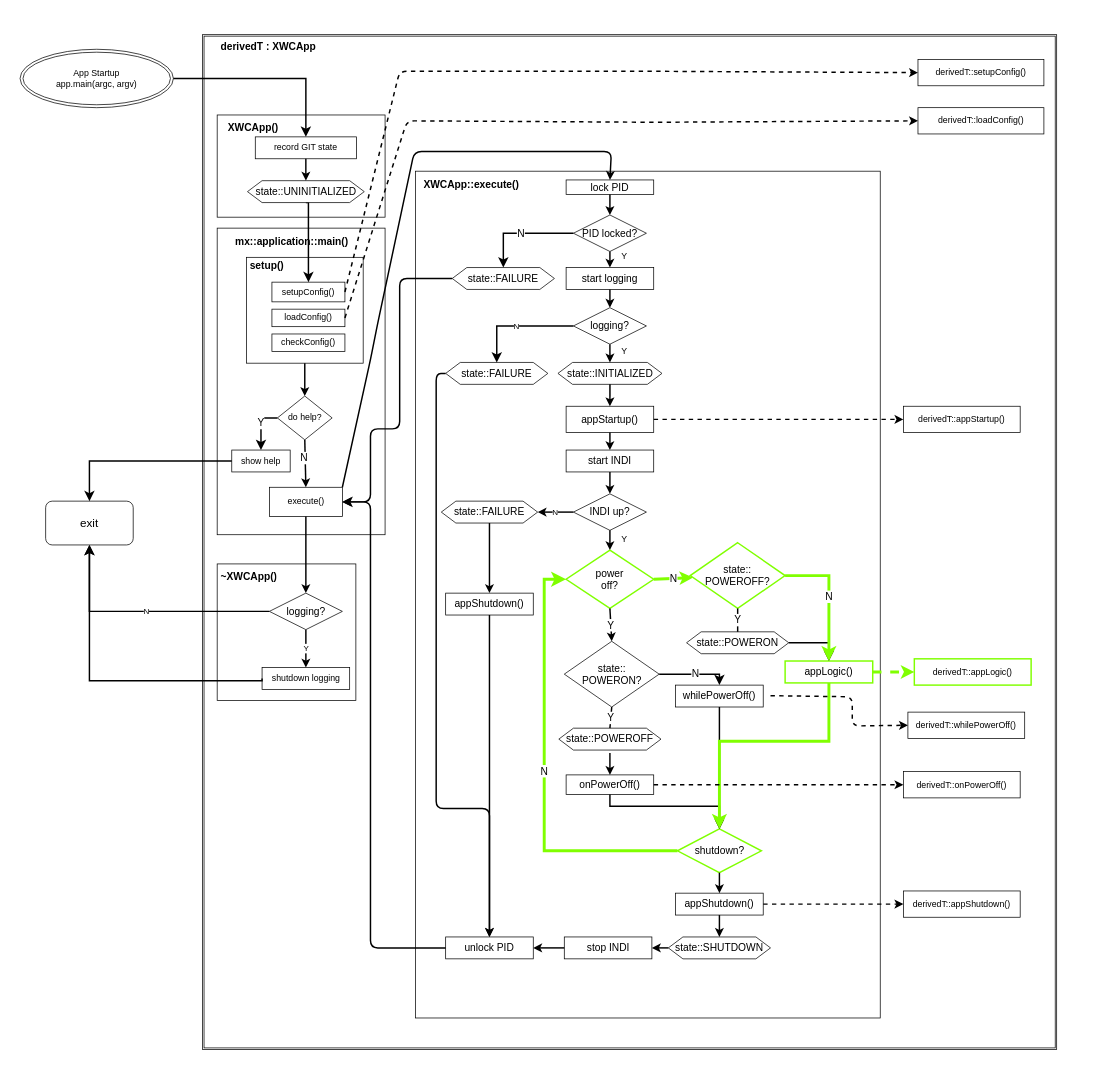
The draw.io diagram libMagAOX/doc/diag/xwcapp_fsm.drawio in uasal/MagAOX-scoob, before the edit. Source tidied: cells renumbered, new cells numbered last; positions are measured from the earlier drawing's top-left corner, leaving out a move shared by most shapes. Both pictures are drawn from the tidied source at 73%, with x=0, y=0 at pixel (12, 12).
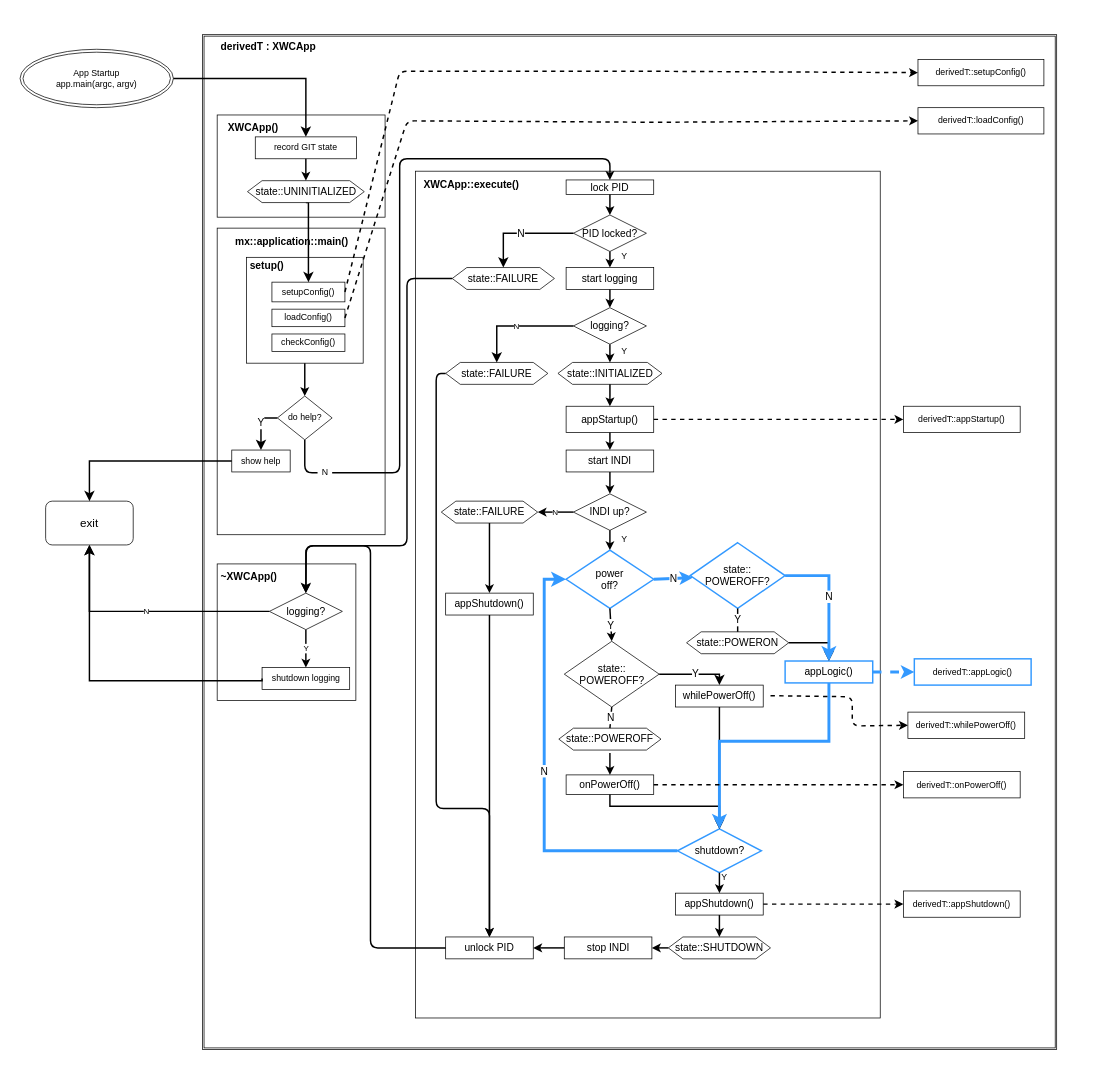
Above is the later version.

The change refers to these unchanged cells:
```xml
<mxCell id="10" value="do help?" style="rhombus;whiteSpace=wrap;html=1;" parent="1" vertex="1">
  <mxGeometry x="362.5" y="525" width="75" height="60" as="geometry" />
</mxCell>
<mxCell id="28" value="lock PID" style="rounded=0;whiteSpace=wrap;html=1;fontSize=14;" parent="1" vertex="1">
  <mxGeometry x="758" y="229" width="120" height="20" as="geometry" />
</mxCell>
<mxCell id="37" value="whilePowerOff()" style="rounded=0;whiteSpace=wrap;html=1;fontSize=14;" parent="1" vertex="1">
  <mxGeometry x="908" y="921" width="120" height="30" as="geometry" />
</mxCell>
<mxCell id="41" value="state::POWEROFF" style="shape=hexagon;perimeter=hexagonPerimeter2;whiteSpace=wrap;html=1;fixedSize=1;fontSize=14;" parent="1" vertex="1">
  <mxGeometry x="748" y="980" width="140" height="30" as="geometry" />
</mxCell>
<mxCell id="60" value="state::FAILURE" style="shape=hexagon;perimeter=hexagonPerimeter2;whiteSpace=wrap;html=1;fixedSize=1;fontSize=14;" parent="1" vertex="1">
  <mxGeometry x="602" y="349" width="140" height="30" as="geometry" />
</mxCell>
<mxCell id="64" value="unlock PID" style="rounded=0;whiteSpace=wrap;html=1;fontSize=14;" parent="1" vertex="1">
  <mxGeometry x="593" y="1266" width="120" height="30" as="geometry" />
</mxCell>
<mxCell id="74" value="logging?" style="rhombus;whiteSpace=wrap;html=1;fontSize=14;" parent="1" vertex="1">
  <mxGeometry x="351.5" y="795" width="100" height="50" as="geometry" />
</mxCell>
```

Change to the diagram source:
```diff
@@
-    <mxCell id="12" value="execute()" style="rounded=0;whiteSpace=wrap;html=1;" parent="1" vertex="1">
-      <mxGeometry x="351.5" y="650" width="100" height="40" as="geometry" />
-    </mxCell>
@@
-    <mxCell id="23" style="endArrow=classic;html=1;strokeWidth=2;fontSize=16;exitX=0.5;exitY=1;exitDx=0;exitDy=0;entryX=0.5;entryY=0;entryDx=0;entryDy=0;" parent="1" edge="1" source="10" target="12">
-      <mxGeometry relative="1" as="geometry" />
-    </mxCell>
-    <mxCell id="24" value="N" style="edgeLabel;html=1;align=center;verticalAlign=middle;fontSize=14;" parent="23" vertex="1">
-      <mxGeometry x="-0.26" y="-2" relative="1" as="geometry" />
-    </mxCell>
@@
-    <mxCell id="33" value="shutdown?" style="rhombus;whiteSpace=wrap;html=1;fontSize=14;strokeColor=#80FF00;strokeWidth=2;" parent="1" vertex="1">
+    <mxCell id="33" value="shutdown?" style="rhombus;whiteSpace=wrap;html=1;fontSize=14;strokeColor=#3399FF;strokeWidth=2;" parent="1" vertex="1">
       <mxGeometry x="910.5" y="1118" width="115" height="60" as="geometry" />
     </mxCell>
-    <mxCell id="34" value="power&lt;br&gt;off?" style="rhombus;whiteSpace=wrap;html=1;fontSize=14;strokeColor=#80FF00;strokeWidth=2;" parent="1" vertex="1">
+    <mxCell id="34" value="power&lt;br&gt;off?" style="rhombus;whiteSpace=wrap;html=1;fontSize=14;strokeColor=light-dark(#3399FF,#3399FF);strokeWidth=2;" parent="1" vertex="1">
       <mxGeometry x="758" y="736" width="120" height="80" as="geometry" />
     </mxCell>
-    <mxCell id="35" value="state::&lt;br&gt;POWERON?" style="rhombus;whiteSpace=wrap;html=1;fontSize=14;" parent="1" vertex="1">
+    <mxCell id="35" value="state::&lt;br&gt;POWEROFF?" style="rhombus;whiteSpace=wrap;html=1;fontSize=14;" parent="1" vertex="1">
       <mxGeometry x="755.5" y="861" width="130" height="90" as="geometry" />
     </mxCell>
@@
-    <mxCell id="38" value="appLogic()" style="rounded=0;whiteSpace=wrap;html=1;fontSize=14;strokeColor=#80FF00;strokeWidth=2;" parent="1" vertex="1">
+    <mxCell id="38" value="appLogic()" style="rounded=0;whiteSpace=wrap;html=1;fontSize=14;strokeColor=#3399FF;strokeWidth=2;" parent="1" vertex="1">
       <mxGeometry x="1058" y="888" width="120" height="30" as="geometry" />
     </mxCell>
@@
-    <mxCell id="43" value="Y" style="endArrow=none;html=1;strokeWidth=2;fontSize=14;exitX=0.5;exitY=1;exitDx=0;exitDy=0;entryX=0.5;entryY=0;entryDx=0;entryDy=0;" parent="1" edge="1" source="35" target="41">
+    <mxCell id="43" value="N" style="endArrow=none;html=1;strokeWidth=2;fontSize=14;exitX=0.5;exitY=1;exitDx=0;exitDy=0;entryX=0.5;entryY=0;entryDx=0;entryDy=0;" parent="1" edge="1" source="35" target="41">
       <mxGeometry relative="1" as="geometry" />
     </mxCell>
@@
-    <mxCell id="45" value="N" style="edgeStyle=segmentEdgeStyle;endArrow=classic;html=1;curved=0;rounded=0;endSize=8;startSize=8;strokeWidth=2;fontSize=14;exitX=1;exitY=0.5;exitDx=0;exitDy=0;entryX=0.5;entryY=0;entryDx=0;entryDy=0;" parent="1" edge="1" source="35" target="37">
+    <mxCell id="45" value="Y" style="edgeStyle=segmentEdgeStyle;endArrow=classic;html=1;curved=0;rounded=0;endSize=8;startSize=8;strokeWidth=2;fontSize=14;exitX=1;exitY=0.5;exitDx=0;exitDy=0;entryX=0.5;entryY=0;entryDx=0;entryDy=0;" parent="1" edge="1" source="35" target="37">
       <mxGeometry relative="1" as="geometry" />
     </mxCell>
@@
-    <mxCell id="48" value="state::&lt;br&gt;POWEROFF?" style="rhombus;whiteSpace=wrap;html=1;fontSize=14;strokeColor=#80FF00;strokeWidth=2;" parent="1" vertex="1">
+    <mxCell id="48" value="state::&lt;br&gt;POWEROFF?" style="rhombus;whiteSpace=wrap;html=1;fontSize=14;strokeColor=#3399FF;strokeWidth=2;" parent="1" vertex="1">
       <mxGeometry x="928" y="726" width="130" height="90" as="geometry" />
     </mxCell>
@@
-    <mxCell id="50" value="N" style="endArrow=classic;html=1;strokeWidth=4;fontSize=14;exitX=1;exitY=0.5;exitDx=0;exitDy=0;fillColor=#60a917;strokeColor=#80FF00;" parent="1" edge="1" source="34" target="48">
+    <mxCell id="50" value="N" style="endArrow=classic;html=1;strokeWidth=4;fontSize=14;exitX=1;exitY=0.5;exitDx=0;exitDy=0;fillColor=#60a917;strokeColor=#3399FF;" parent="1" edge="1" source="34" target="48">
       <mxGeometry relative="1" as="geometry" />
     </mxCell>
@@
-    <mxCell id="53" value="N" style="edgeStyle=segmentEdgeStyle;endArrow=classic;html=1;curved=0;rounded=0;endSize=8;startSize=8;strokeWidth=4;fontSize=14;exitX=1;exitY=0.5;exitDx=0;exitDy=0;entryX=0.5;entryY=0;entryDx=0;entryDy=0;fillColor=#60a917;strokeColor=#80FF00;" parent="1" edge="1" source="48" target="38">
+    <mxCell id="53" value="N" style="edgeStyle=segmentEdgeStyle;endArrow=classic;html=1;curved=0;rounded=0;endSize=8;startSize=8;strokeWidth=4;fontSize=14;exitX=1;exitY=0.5;exitDx=0;exitDy=0;entryX=0.5;entryY=0;entryDx=0;entryDy=0;fillColor=#60a917;strokeColor=#3399FF;" parent="1" edge="1" source="48" target="38">
       <mxGeometry relative="1" as="geometry" />
     </mxCell>
-    <mxCell id="54" style="edgeStyle=segmentEdgeStyle;endArrow=classic;html=1;curved=0;rounded=0;endSize=8;startSize=8;strokeWidth=4;fontSize=14;exitX=0.5;exitY=1;exitDx=0;exitDy=0;entryX=0.5;entryY=0;entryDx=0;entryDy=0;fillColor=#60a917;strokeColor=#80FF00;" parent="1" edge="1" source="38" target="33">
+    <mxCell id="54" style="edgeStyle=segmentEdgeStyle;endArrow=classic;html=1;curved=0;rounded=0;endSize=8;startSize=8;strokeWidth=4;fontSize=14;exitX=0.5;exitY=1;exitDx=0;exitDy=0;entryX=0.5;entryY=0;entryDx=0;entryDy=0;fillColor=#60a917;strokeColor=#3399FF;" parent="1" edge="1" source="38" target="33">
       <mxGeometry relative="1" as="geometry">
         <Array as="points">
           <mxPoint x="1118" y="998" />
           <mxPoint x="968" y="998" />
         </Array>
       </mxGeometry>
     </mxCell>
@@
-    <mxCell id="57" value="N" style="edgeStyle=segmentEdgeStyle;endArrow=classic;html=1;curved=0;rounded=0;endSize=8;startSize=8;strokeWidth=4;fontSize=14;exitX=0;exitY=0.5;exitDx=0;exitDy=0;entryX=0;entryY=0.5;entryDx=0;entryDy=0;fillColor=#60a917;strokeColor=#80FF00;" parent="1" edge="1" source="33" target="34">
+    <mxCell id="57" value="N" style="edgeStyle=segmentEdgeStyle;endArrow=classic;html=1;curved=0;rounded=0;endSize=8;startSize=8;strokeWidth=4;fontSize=14;exitX=0;exitY=0.5;exitDx=0;exitDy=0;entryX=0;entryY=0.5;entryDx=0;entryDy=0;fillColor=#60a917;strokeColor=#3399FF;" parent="1" edge="1" source="33" target="34">
       <mxGeometry relative="1" as="geometry">
         <Array as="points">
           <mxPoint x="728" y="1148" />
           <mxPoint x="728" y="776" />
         </Array>
       </mxGeometry>
     </mxCell>
@@
-    <mxCell id="59" style="edgeStyle=none;html=1;exitX=0;exitY=0.5;exitDx=0;exitDy=0;entryX=1;entryY=0.5;entryDx=0;entryDy=0;strokeWidth=2;fontSize=14;endArrow=classic;endFill=1;" parent="1" edge="1" source="60" target="12">
+    <mxCell id="59" style="edgeStyle=none;html=1;exitX=0;exitY=0.5;exitDx=0;exitDy=0;entryX=0.5;entryY=0;entryDx=0;entryDy=0;strokeWidth=2;fontSize=14;endArrow=classic;endFill=1;" parent="1" edge="1" source="60" target="74">
       <mxGeometry relative="1" as="geometry">
         <Array as="points">
-          <mxPoint x="530" y="364" />
-          <mxPoint x="530" y="470" />
-          <mxPoint x="530" y="570" />
-          <mxPoint x="490" y="570" />
-          <mxPoint x="490" y="670" />
+          <mxPoint x="540" y="364" />
+          <mxPoint x="540" y="730" />
+          <mxPoint x="490" y="730" />
+          <mxPoint x="402" y="730" />
         </Array>
       </mxGeometry>
     </mxCell>
@@
-    <mxCell id="76" style="endArrow=classic;html=1;strokeWidth=2;exitX=0.5;exitY=1;exitDx=0;exitDy=0;entryX=0.5;entryY=0;entryDx=0;entryDy=0;" parent="1" edge="1" source="12" target="74">
-      <mxGeometry relative="1" as="geometry" />
-    </mxCell>
@@
-    <mxCell id="84" style="edgeStyle=segmentEdgeStyle;endArrow=classic;html=1;rounded=1;endSize=8;startSize=8;strokeWidth=2;exitX=0;exitY=0.5;exitDx=0;exitDy=0;entryX=1;entryY=0.5;entryDx=0;entryDy=0;" parent="1" edge="1" source="64" target="12">
+    <mxCell id="84" style="edgeStyle=segmentEdgeStyle;endArrow=classic;html=1;rounded=1;endSize=8;startSize=8;strokeWidth=2;exitX=0;exitY=0.5;exitDx=0;exitDy=0;entryX=0.5;entryY=0;entryDx=0;entryDy=0;" parent="1" edge="1" source="64" target="74">
       <mxGeometry relative="1" as="geometry">
         <Array as="points">
           <mxPoint x="490" y="1281" />
-          <mxPoint x="490" y="670" />
+          <mxPoint x="490" y="730" />
+          <mxPoint x="402" y="730" />
         </Array>
       </mxGeometry>
     </mxCell>
@@
-    <mxCell id="87" style="endArrow=classic;html=1;strokeWidth=2;exitX=1;exitY=0;exitDx=0;exitDy=0;entryX=0.5;entryY=0;entryDx=0;entryDy=0;" parent="1" edge="1" source="12" target="28">
-      <mxGeometry relative="1" as="geometry">
-        <Array as="points">
-          <mxPoint x="490" y="475" />
-          <mxPoint x="500" y="425" />
-          <mxPoint x="550" y="190" />
-          <mxPoint x="640" y="190" />
-          <mxPoint x="820" y="190" />
-        </Array>
-      </mxGeometry>
-    </mxCell>
@@
-    <mxCell id="96" value="derivedT::appLogic()" style="rounded=0;whiteSpace=wrap;html=1;strokeColor=#80FF00;strokeWidth=2;" parent="1" vertex="1">
+    <mxCell id="96" value="derivedT::appLogic()" style="rounded=0;whiteSpace=wrap;html=1;strokeColor=#3399FF;strokeWidth=2;" parent="1" vertex="1">
       <mxGeometry x="1235" y="885" width="160" height="36" as="geometry" />
     </mxCell>
@@
-    <mxCell id="101" style="endArrow=classic;html=1;strokeWidth=4;exitX=1;exitY=0.5;exitDx=0;exitDy=0;entryX=0;entryY=0.5;entryDx=0;entryDy=0;dashed=1;fillColor=#60a917;strokeColor=#80FF00;" parent="1" edge="1" source="38" target="96">
+    <mxCell id="101" style="endArrow=classic;html=1;strokeWidth=4;exitX=1;exitY=0.5;exitDx=0;exitDy=0;entryX=0;entryY=0.5;entryDx=0;entryDy=0;dashed=1;fillColor=#60a917;strokeColor=#3399FF;" parent="1" edge="1" source="38" target="96">
       <mxGeometry relative="1" as="geometry" />
     </mxCell>
@@
+    <mxCell id="23" style="endArrow=classic;html=1;strokeWidth=2;fontSize=16;exitX=0.5;exitY=1;exitDx=0;exitDy=0;entryX=0.5;entryY=0;entryDx=0;entryDy=0;" parent="1" edge="1" source="10" target="28">
+      <mxGeometry relative="1" as="geometry">
+        <Array as="points">
+          <mxPoint x="400" y="630" />
+          <mxPoint x="530" y="630" />
+          <mxPoint x="530" y="200" />
+          <mxPoint x="818" y="200" />
+        </Array>
+      </mxGeometry>
+    </mxCell>
+    <mxCell id="24" value="N" style="text;html=1;align=center;verticalAlign=middle;whiteSpace=wrap;rounded=0;labelBackgroundColor=none;fillColor=default;" parent="1" vertex="1">
+      <mxGeometry x="417.5" y="614" width="20" height="30" as="geometry" />
+    </mxCell>
+    <mxCell id="115" value="Y" style="text;html=1;align=center;verticalAlign=middle;whiteSpace=wrap;rounded=0;" parent="1" vertex="1">
+      <mxGeometry x="970" y="1170" width="10" height="30" as="geometry" />
+    </mxCell>
```
